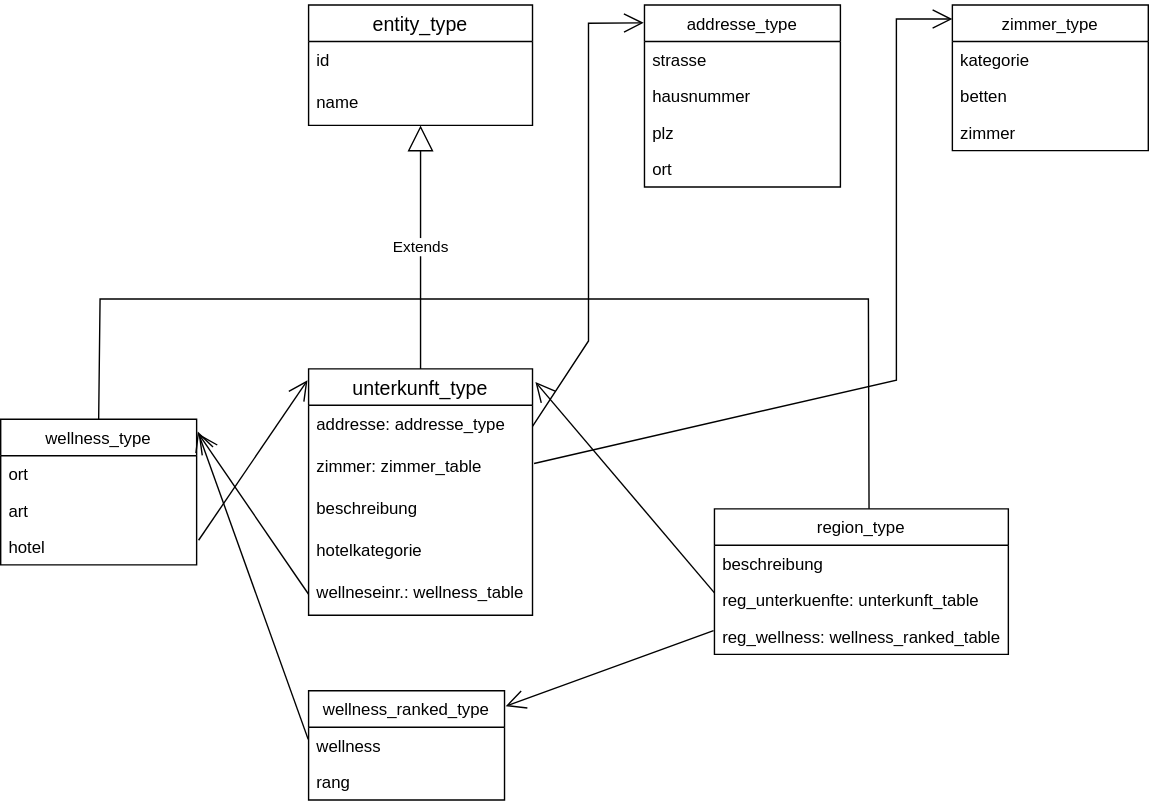
The draw.io diagram 2022w/infosys2/03/1_diagram.svg in fs-c/jku, before a commit. Source tidied: cells renumbered, new cells last; positions are measured from the earlier drawing's top-left corner, leaving out a move shared by most shapes.
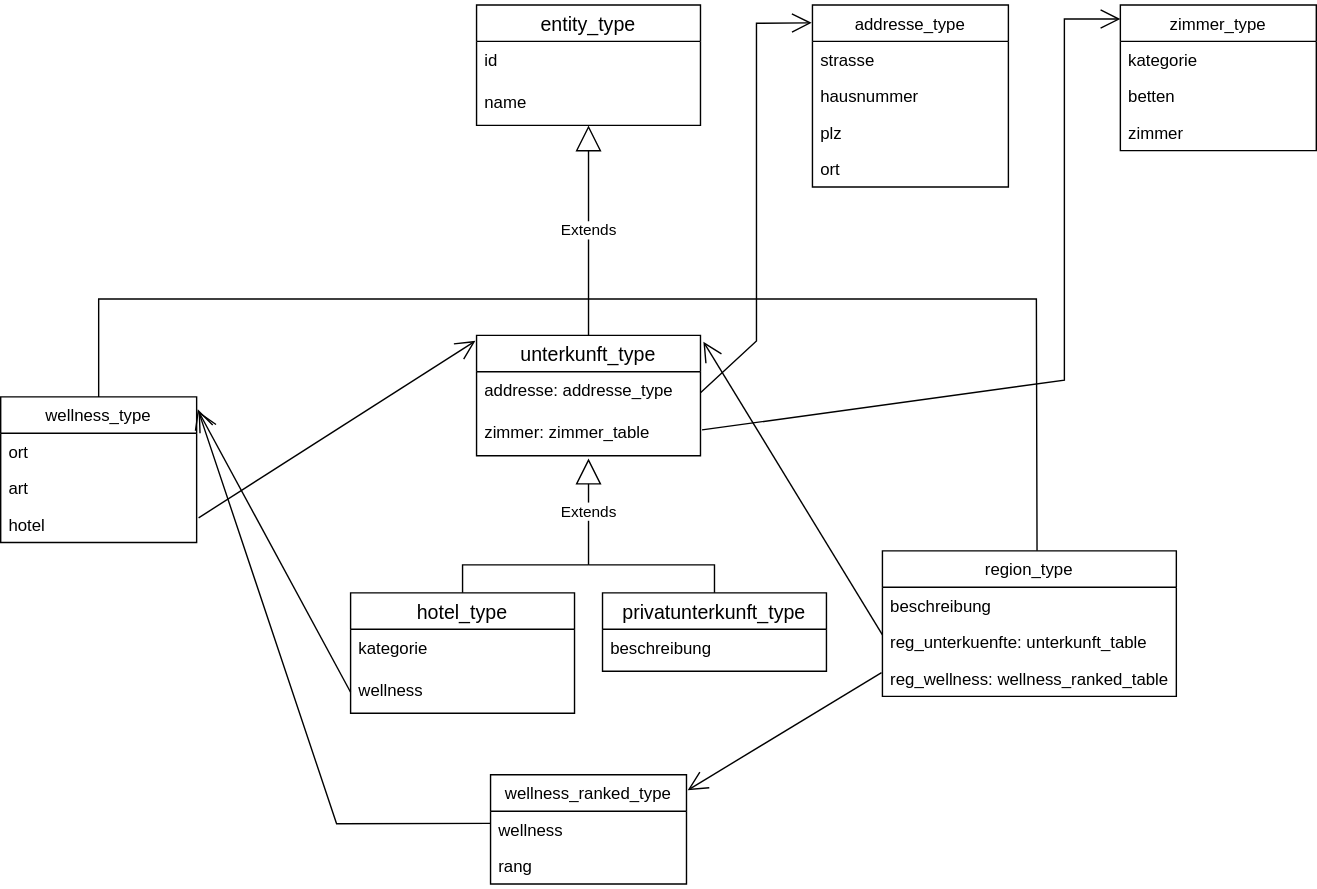
After the change.

What changed in the source:
```diff
@@ -12,7 +12,7 @@
       <mxGeometry y="56" width="160" height="30" as="geometry" />
     </mxCell>
     <mxCell id="5" value="unterkunft_type" style="swimlane;fontStyle=0;horizontal=1;startSize=26;align=center;fontSize=14;" parent="1" vertex="1">
-      <mxGeometry x="220" y="260" width="160" height="176" as="geometry" />
+      <mxGeometry x="220" y="236" width="160" height="86" as="geometry" />
     </mxCell>
     <mxCell id="6" value="addresse: addresse_type" style="text;strokeColor=none;fillColor=none;spacingLeft=4;spacingRight=4;overflow=hidden;points=[[0,0.5],[1,0.5]];portConstraint=eastwest;fontSize=12;" parent="5" vertex="1">
       <mxGeometry y="26" width="160" height="30" as="geometry" />
@@ -20,15 +20,6 @@
     <mxCell id="7" value="zimmer: zimmer_table" style="text;strokeColor=none;fillColor=none;spacingLeft=4;spacingRight=4;overflow=hidden;points=[[0,0.5],[1,0.5]];portConstraint=eastwest;fontSize=12;" parent="5" vertex="1">
       <mxGeometry y="56" width="160" height="30" as="geometry" />
     </mxCell>
-    <mxCell id="8" value="beschreibung" style="text;strokeColor=none;fillColor=none;spacingLeft=4;spacingRight=4;overflow=hidden;fontSize=12;" parent="5" vertex="1">
-      <mxGeometry y="86" width="160" height="30" as="geometry" />
-    </mxCell>
-    <mxCell id="9" value="hotelkategorie" style="text;strokeColor=none;fillColor=none;spacingLeft=4;spacingRight=4;overflow=hidden;fontSize=12;" parent="5" vertex="1">
-      <mxGeometry y="116" width="160" height="30" as="geometry" />
-    </mxCell>
-    <mxCell id="10" value="wellneseinr.: wellness_table" style="text;strokeColor=none;fillColor=none;spacingLeft=4;spacingRight=4;overflow=hidden;points=[[0,0.5],[1,0.5]];portConstraint=eastwest;fontSize=12;" parent="5" vertex="1">
-      <mxGeometry y="146" width="160" height="30" as="geometry" />
-    </mxCell>
     <mxCell id="11" value="Extends" style="endArrow=block;endSize=16;endFill=0;html=1;rounded=0;exitX=0.5;exitY=0;exitDx=0;exitDy=0;entryX=0.5;entryY=1;entryDx=0;entryDy=0;" parent="1" edge="1" source="5" target="2">
       <mxGeometry relative="1" as="geometry" />
     </mxCell>
@@ -56,7 +47,7 @@
       </mxGeometry>
     </mxCell>
     <mxCell id="18" value="wellness_type" style="swimlane;fontStyle=0;horizontal=1;startSize=26;fillColor=none;" parent="1" vertex="1">
-      <mxGeometry y="296" width="140" height="104" as="geometry" />
+      <mxGeometry x="-120" y="280" width="140" height="104" as="geometry" />
     </mxCell>
     <mxCell id="19" value="ort" style="text;strokeColor=none;fillColor=none;align=left;verticalAlign=top;spacingLeft=4;spacingRight=4;overflow=hidden;" parent="18" vertex="1">
       <mxGeometry y="26" width="140" height="26" as="geometry" />
@@ -91,18 +82,18 @@
       <mxGeometry relative="1" as="geometry">
         <mxPoint x="300" y="210" as="targetPoint" />
         <Array as="points">
-          <mxPoint x="71" y="210" />
+          <mxPoint x="-50" y="210" />
         </Array>
       </mxGeometry>
     </mxCell>
     <mxCell id="28" style="endArrow=open;endFill=1;endSize=12;html=1;rounded=0;exitX=1.01;exitY=0.324;exitDx=0;exitDy=0;exitPerimeter=0;entryX=-0.005;entryY=0.046;entryDx=0;entryDy=0;entryPerimeter=0;" parent="1" edge="1" source="21" target="5">
       <mxGeometry relative="1" as="geometry" />
     </mxCell>
-    <mxCell id="29" style="endArrow=open;endFill=1;endSize=12;html=1;rounded=0;entryX=1.01;entryY=0.1;entryDx=0;entryDy=0;entryPerimeter=0;exitX=0;exitY=0.5;exitDx=0;exitDy=0;" parent="1" edge="1" source="10" target="18">
+    <mxCell id="29" style="endArrow=open;endFill=1;endSize=12;html=1;rounded=0;entryX=1.01;entryY=0.1;entryDx=0;entryDy=0;entryPerimeter=0;exitX=0;exitY=0.5;exitDx=0;exitDy=0;" parent="1" edge="1" source="44" target="18">
       <mxGeometry relative="1" as="geometry" />
     </mxCell>
     <mxCell id="30" value="region_type" style="swimlane;fontStyle=0;horizontal=1;startSize=26;fillColor=none;" parent="1" vertex="1">
-      <mxGeometry x="510" y="360" width="210" height="104" as="geometry" />
+      <mxGeometry x="510" y="390" width="210" height="104" as="geometry" />
     </mxCell>
     <mxCell id="31" value="beschreibung" style="text;strokeColor=none;fillColor=none;align=left;verticalAlign=top;spacingLeft=4;spacingRight=4;overflow=hidden;" parent="30" vertex="1">
       <mxGeometry y="26" width="210" height="26" as="geometry" />
@@ -117,7 +108,7 @@
       <mxGeometry relative="1" as="geometry" />
     </mxCell>
     <mxCell id="35" value="wellness_ranked_type" style="swimlane;fontStyle=0;horizontal=1;startSize=26;fillColor=none;" parent="1" vertex="1">
-      <mxGeometry x="220" y="490" width="140" height="78" as="geometry" />
+      <mxGeometry x="230" y="550" width="140" height="78" as="geometry" />
     </mxCell>
     <mxCell id="36" value="wellness" style="text;strokeColor=none;fillColor=none;align=left;verticalAlign=top;spacingLeft=4;spacingRight=4;overflow=hidden;points=[[0,0.5],[1,0.5]];portConstraint=eastwest;" parent="35" vertex="1">
       <mxGeometry y="26" width="140" height="26" as="geometry" />
@@ -129,7 +120,11 @@
       <mxGeometry relative="1" as="geometry" />
     </mxCell>
     <mxCell id="39" style="endArrow=open;endFill=1;endSize=12;html=1;rounded=0;entryX=1.006;entryY=0.084;entryDx=0;entryDy=0;entryPerimeter=0;exitX=-0.002;exitY=0.335;exitDx=0;exitDy=0;exitPerimeter=0;" parent="1" edge="1" source="36" target="18">
-      <mxGeometry relative="1" as="geometry" />
+      <mxGeometry relative="1" as="geometry">
+        <Array as="points">
+          <mxPoint x="120" y="585" />
+        </Array>
+      </mxGeometry>
     </mxCell>
     <mxCell id="40" style="endArrow=none;html=1;exitX=0.526;exitY=0;exitDx=0;exitDy=0;rounded=0;exitPerimeter=0;" parent="1" edge="1" source="30">
       <mxGeometry relative="1" as="geometry">
@@ -139,5 +134,41 @@
         </Array>
       </mxGeometry>
     </mxCell>
+    <mxCell id="41" value="privatunterkunft_type" style="swimlane;fontStyle=0;horizontal=1;startSize=26;align=center;fontSize=14;" parent="1" vertex="1">
+      <mxGeometry x="310" y="420" width="160" height="56" as="geometry" />
+    </mxCell>
+    <mxCell id="8" value="beschreibung" style="text;strokeColor=none;fillColor=none;spacingLeft=4;spacingRight=4;overflow=hidden;fontSize=12;" parent="41" vertex="1">
+      <mxGeometry y="26" width="160" height="30" as="geometry" />
+    </mxCell>
+    <mxCell id="42" value="hotel_type" style="swimlane;fontStyle=0;horizontal=1;startSize=26;align=center;fontSize=14;" parent="1" vertex="1">
+      <mxGeometry x="130" y="420" width="160" height="86" as="geometry" />
+    </mxCell>
+    <mxCell id="43" value="kategorie" style="text;strokeColor=none;fillColor=none;spacingLeft=4;spacingRight=4;overflow=hidden;fontSize=12;" parent="42" vertex="1">
+      <mxGeometry y="26" width="160" height="30" as="geometry" />
+    </mxCell>
+    <mxCell id="44" value="wellness" style="text;strokeColor=none;fillColor=none;spacingLeft=4;spacingRight=4;overflow=hidden;points=[[0,0.5],[1,0.5]];portConstraint=eastwest;fontSize=12;" parent="42" vertex="1">
+      <mxGeometry y="56" width="160" height="30" as="geometry" />
+    </mxCell>
+    <mxCell id="45" value="Extends" style="endArrow=block;endSize=16;endFill=0;html=1;rounded=0;entryX=0.5;entryY=1.067;entryDx=0;entryDy=0;entryPerimeter=0;" parent="1" edge="1" target="7">
+      <mxGeometry relative="1" as="geometry">
+        <mxPoint x="300" y="400" as="sourcePoint" />
+      </mxGeometry>
+    </mxCell>
+    <mxCell id="46" style="endArrow=none;html=1;exitX=0.5;exitY=0;exitDx=0;exitDy=0;rounded=0;" parent="1" edge="1" source="42">
+      <mxGeometry relative="1" as="geometry">
+        <mxPoint x="300" y="400" as="targetPoint" />
+        <Array as="points">
+          <mxPoint x="210" y="400" />
+        </Array>
+      </mxGeometry>
+    </mxCell>
+    <mxCell id="47" style="endArrow=none;html=1;exitX=0.5;exitY=0;exitDx=0;exitDy=0;rounded=0;" parent="1" edge="1" source="41">
+      <mxGeometry relative="1" as="geometry">
+        <mxPoint x="300" y="400" as="targetPoint" />
+        <Array as="points">
+          <mxPoint x="390" y="400" />
+        </Array>
+      </mxGeometry>
+    </mxCell>
   </root>
 </mxGraphModel>
```
